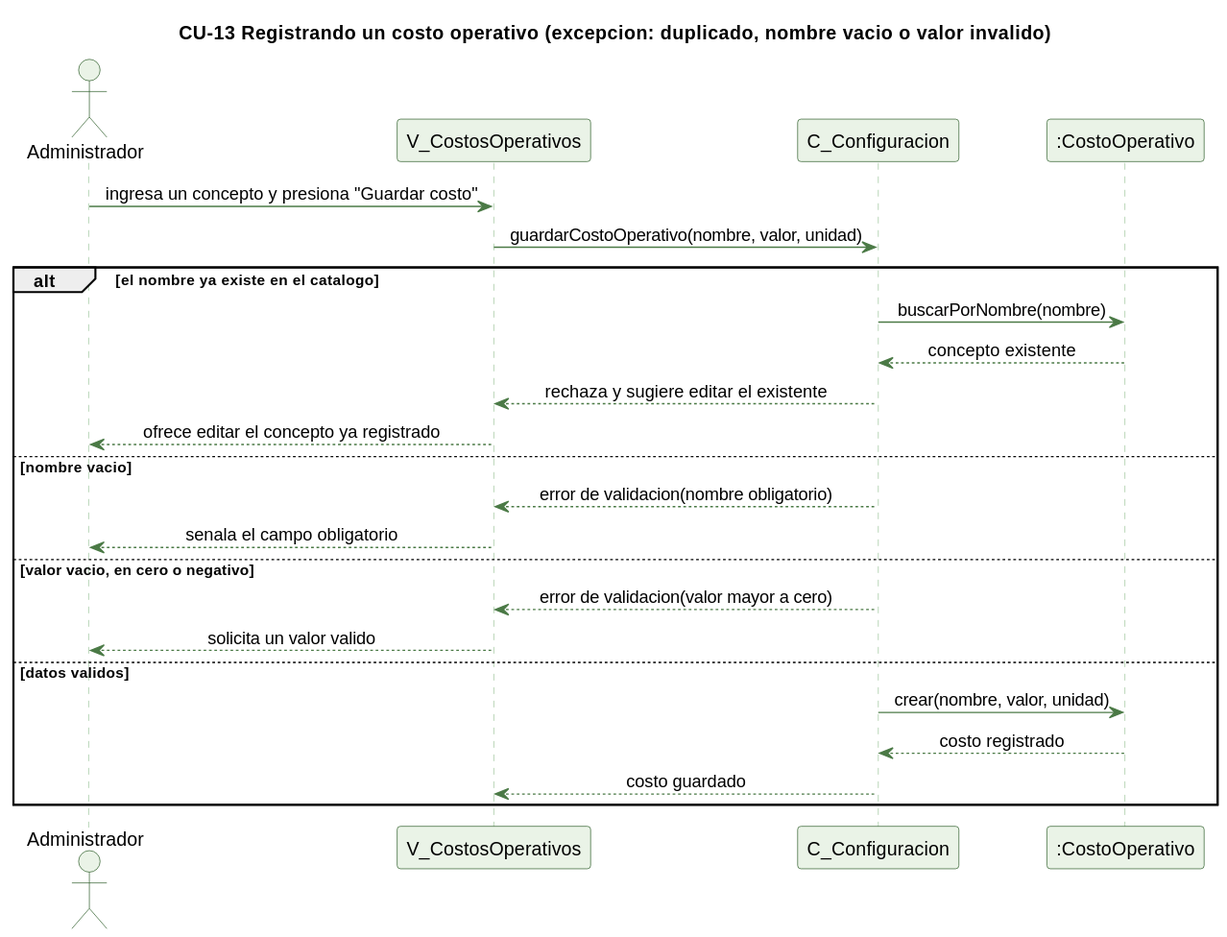
Before: docs/trabajo-grupal/diagramas/secuencias/cu13-costo-operativo-excepcion.svg, a diagram exported from PlantUML (kenjikaese/Triverde).
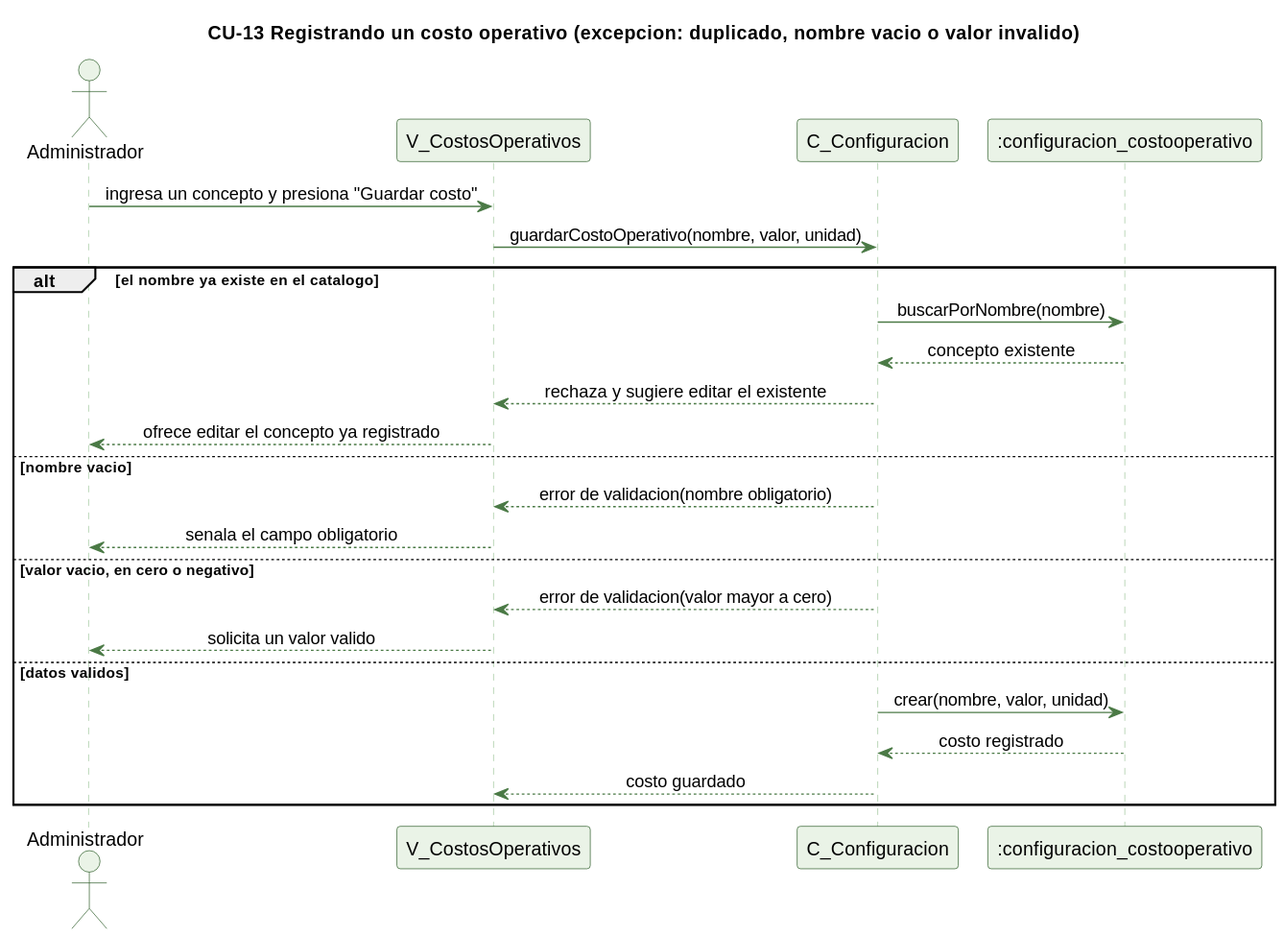
After the commit.

Change to the diagram source:
```diff
@@ -15,7 +15,7 @@
 actor Administrador
 participant "V_CostosOperativos" as V
 participant "C_Configuracion" as C
-participant ":CostoOperativo" as CO
+participant ":configuracion_costooperativo" as CO
 
 Administrador -> V : ingresa un concepto y presiona "Guardar costo"
 V -> C : guardarCostoOperativo(nombre, valor, unidad)
```
